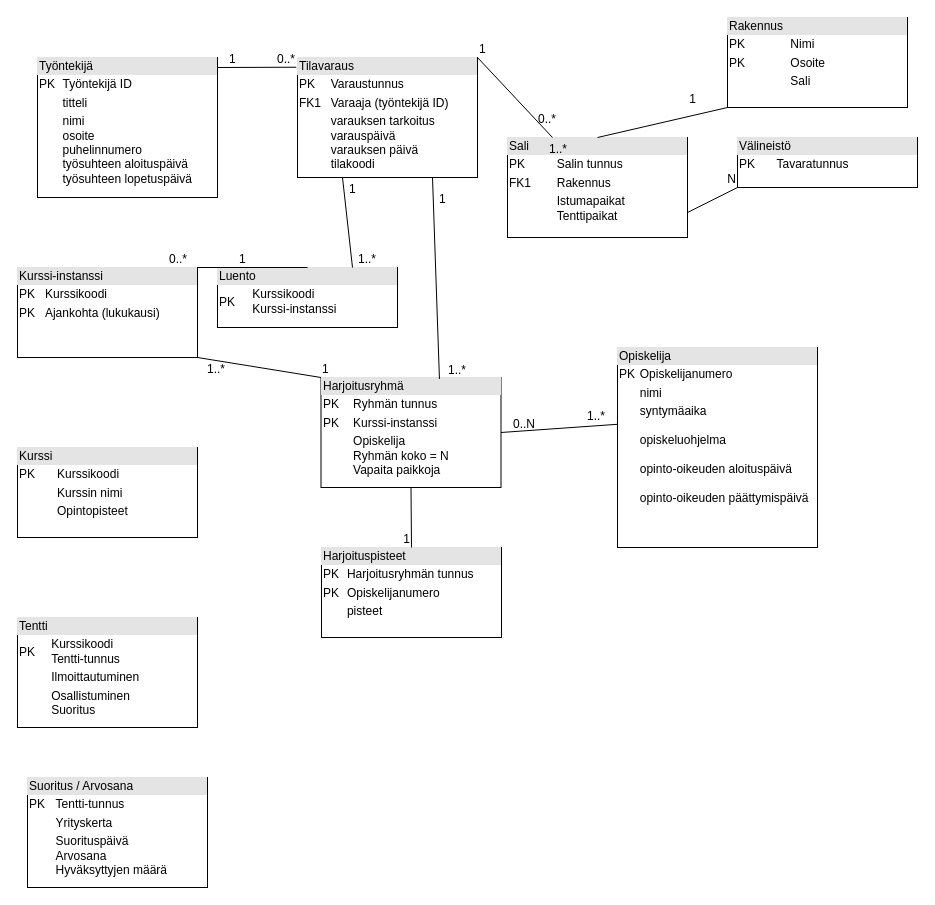
Before: Untitled Diagram.drawio in ItsameMerio/basic_fun_projects, a draw.io diagram. Source tidied: cells renumbered, new cells numbered last; positions are measured from the earlier drawing's top-left corner, leaving out a move shared by most shapes. Both pictures are drawn from the tidied source at 100%, with x=0, y=0 at pixel (17, 17).
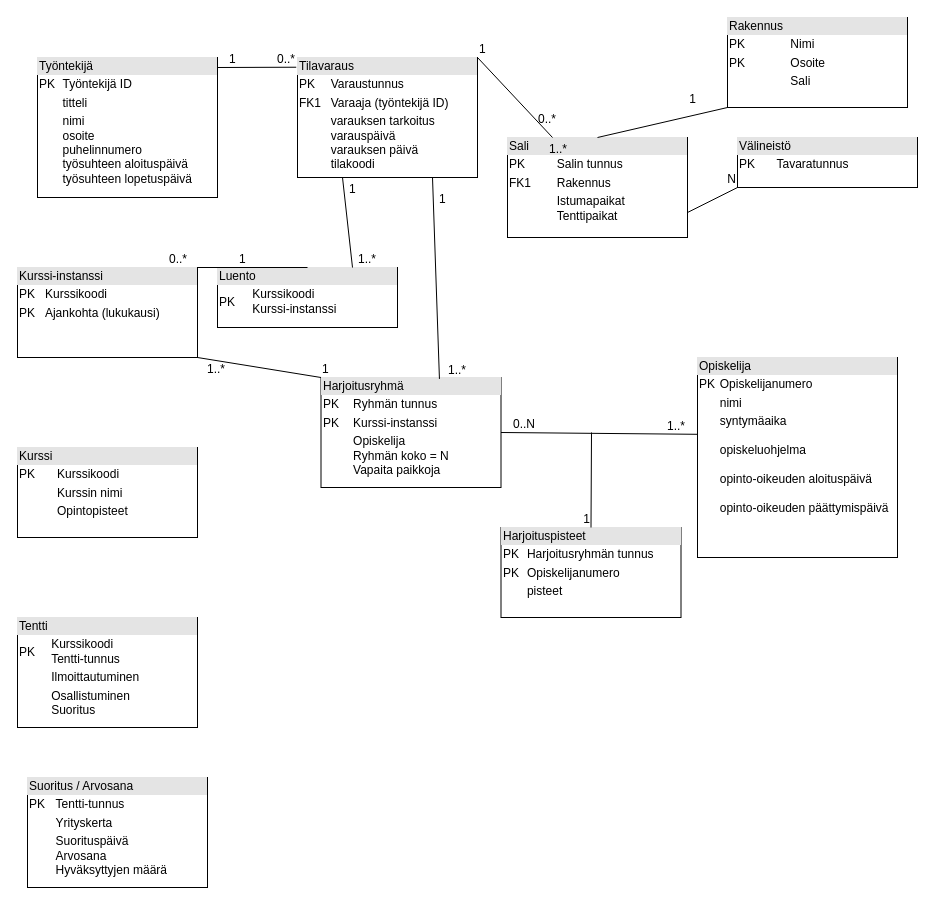
Above is the later version.

Unchanged cells that the change refers to:
```xml
<mxCell id="17" value="&lt;div style=&quot;box-sizing:border-box;width:100%;background:#e4e4e4;padding:2px;&quot;&gt;Harjoitusryhmä&lt;/div&gt;&lt;table style=&quot;width:100%;font-size:1em;&quot; cellpadding=&quot;2&quot; cellspacing=&quot;0&quot;&gt;&lt;tbody&gt;&lt;tr&gt;&lt;td&gt;PK&lt;/td&gt;&lt;td&gt;Ryhmän tunnus&lt;/td&gt;&lt;/tr&gt;&lt;tr&gt;&lt;td&gt;PK&lt;/td&gt;&lt;td&gt;Kurssi-instanssi&lt;br&gt;&lt;/td&gt;&lt;/tr&gt;&lt;tr&gt;&lt;td&gt;&lt;/td&gt;&lt;td&gt;Opiskelija&lt;br&gt;Ryhmän koko = N&lt;br&gt;Vapaita paikkoja&lt;/td&gt;&lt;/tr&gt;&lt;/tbody&gt;&lt;/table&gt;" style="verticalAlign=top;align=left;overflow=fill;html=1;whiteSpace=wrap;" parent="1" vertex="1">
  <mxGeometry x="303.5" y="360" width="180" height="110" as="geometry" />
</mxCell>
```

What changed in the source:
```diff
@@
     <mxCell id="16" value="&lt;div style=&quot;box-sizing:border-box;width:100%;background:#e4e4e4;padding:2px;&quot;&gt;Opiskelija&lt;/div&gt;&lt;table style=&quot;width:100%;font-size:1em;&quot; cellpadding=&quot;2&quot; cellspacing=&quot;0&quot;&gt;&lt;tbody&gt;&lt;tr&gt;&lt;td&gt;PK&lt;/td&gt;&lt;td&gt;Opiskelijanumero&lt;/td&gt;&lt;/tr&gt;&lt;tr&gt;&lt;td&gt;&lt;br&gt;&lt;/td&gt;&lt;td&gt;nimi&lt;/td&gt;&lt;/tr&gt;&lt;tr&gt;&lt;td&gt;&lt;/td&gt;&lt;td&gt;syntymäaika&lt;br&gt;&lt;br&gt;opiskeluohjelma&lt;br&gt;&lt;br&gt;opinto-oikeuden aloituspäivä&lt;br&gt;&lt;br&gt;opinto-oikeuden päättymispäivä&lt;br&gt;&lt;/td&gt;&lt;/tr&gt;&lt;/tbody&gt;&lt;/table&gt;" style="verticalAlign=top;align=left;overflow=fill;html=1;whiteSpace=wrap;" parent="1" vertex="1">
-      <mxGeometry x="600" y="330" width="200" height="200" as="geometry" />
+      <mxGeometry x="680" y="340" width="200" height="200" as="geometry" />
     </mxCell>
@@
     <mxCell id="19" value="&lt;div style=&quot;box-sizing:border-box;width:100%;background:#e4e4e4;padding:2px;&quot;&gt;Harjoituspisteet&lt;/div&gt;&lt;table style=&quot;width:100%;font-size:1em;&quot; cellpadding=&quot;2&quot; cellspacing=&quot;0&quot;&gt;&lt;tbody&gt;&lt;tr&gt;&lt;td&gt;PK&lt;/td&gt;&lt;td&gt;Harjoitusryhmän tunnus&lt;/td&gt;&lt;/tr&gt;&lt;tr&gt;&lt;td&gt;PK&lt;/td&gt;&lt;td&gt;Opiskelijanumero&lt;/td&gt;&lt;/tr&gt;&lt;tr&gt;&lt;td&gt;&lt;/td&gt;&lt;td&gt;pisteet&lt;/td&gt;&lt;/tr&gt;&lt;/tbody&gt;&lt;/table&gt;" style="verticalAlign=top;align=left;overflow=fill;html=1;whiteSpace=wrap;" parent="1" vertex="1">
-      <mxGeometry x="304" y="530" width="180" height="90" as="geometry" />
+      <mxGeometry x="483.5" y="510" width="180" height="90" as="geometry" />
     </mxCell>
-    <mxCell id="20" style="endArrow=none;html=1;rounded=0;exitX=0.5;exitY=1;exitDx=0;exitDy=0;entryX=0.5;entryY=0;entryDx=0;entryDy=0;" parent="1" edge="1" source="17" target="19">
-      <mxGeometry relative="1" as="geometry" />
+    <mxCell id="20" style="endArrow=none;html=1;rounded=0;entryX=0.5;entryY=0;entryDx=0;entryDy=0;" parent="1" edge="1" target="19">
+      <mxGeometry relative="1" as="geometry">
+        <mxPoint x="574" y="415" as="sourcePoint" />
+      </mxGeometry>
     </mxCell>
```
